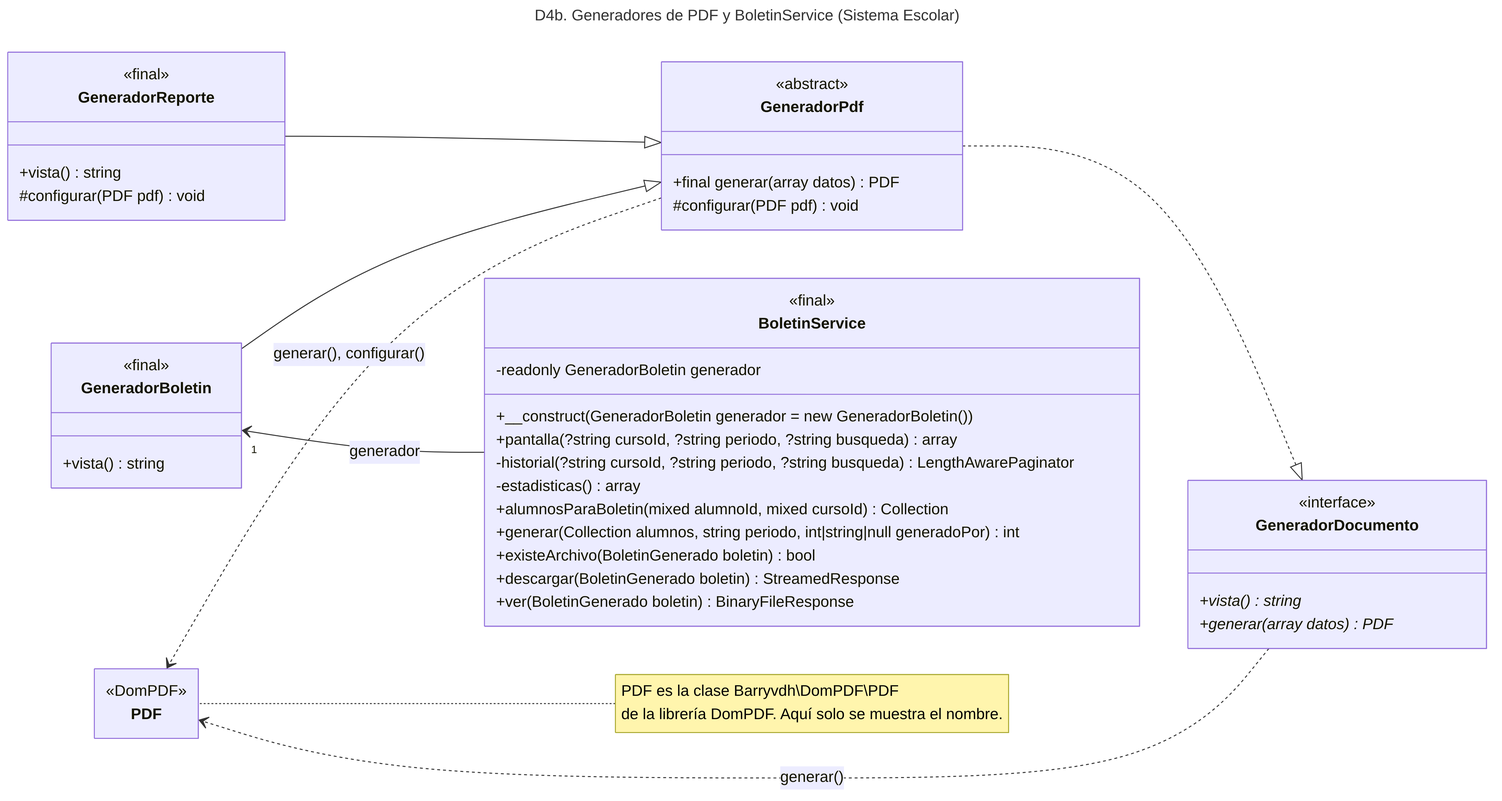
Earlier version of the Mermaid export docs/diagramas/D4b_generadores.png (gnvargas-dev/sistema-control-acceso). Its source is kept beside it as docs/diagramas/D4b_generadores.mmd. Its diagram source:
```mermaid
---
title: "D4b. Generadores de PDF y BoletinService (Sistema Escolar)"
config:
  class:
    hideEmptyMembersBox: true
---
classDiagram
direction RL

class GeneradorDocumento {
  <<interface>>
  +vista()* string
  +generar(array datos)* PDF
}

class GeneradorPdf {
  <<abstract>>
  +final generar(array datos) PDF
  #configurar(PDF pdf) void
}

class GeneradorBoletin {
  <<final>>
  +vista() string
}

class GeneradorReporte {
  <<final>>
  +vista() string
  #configurar(PDF pdf) void
}

class BoletinService {
  <<final>>
  -readonly GeneradorBoletin generador
  +__construct(GeneradorBoletin generador = new GeneradorBoletin())
  +pantalla(?string cursoId, ?string periodo, ?string busqueda) array
  -historial(?string cursoId, ?string periodo, ?string busqueda) LengthAwarePaginator
  -estadisticas() array
  +alumnosParaBoletin(mixed alumnoId, mixed cursoId) Collection
  +generar(Collection alumnos, string periodo, int|string|null generadoPor) int
  +existeArchivo(BoletinGenerado boletin) bool
  +descargar(BoletinGenerado boletin) StreamedResponse
  +ver(BoletinGenerado boletin) BinaryFileResponse
}

class PDF {
  <<DomPDF>>
}

GeneradorDocumento <|.. GeneradorPdf
GeneradorPdf <|-- GeneradorReporte
GeneradorPdf <|-- GeneradorBoletin

BoletinService --> "1" GeneradorBoletin : generador

GeneradorDocumento ..> PDF : generar()
GeneradorPdf ..> PDF : generar(), configurar()

note for PDF "PDF es la clase Barryvdh\\DomPDF\\PDF<br/>de la librería DomPDF. Aquí solo se muestra el nombre."
```
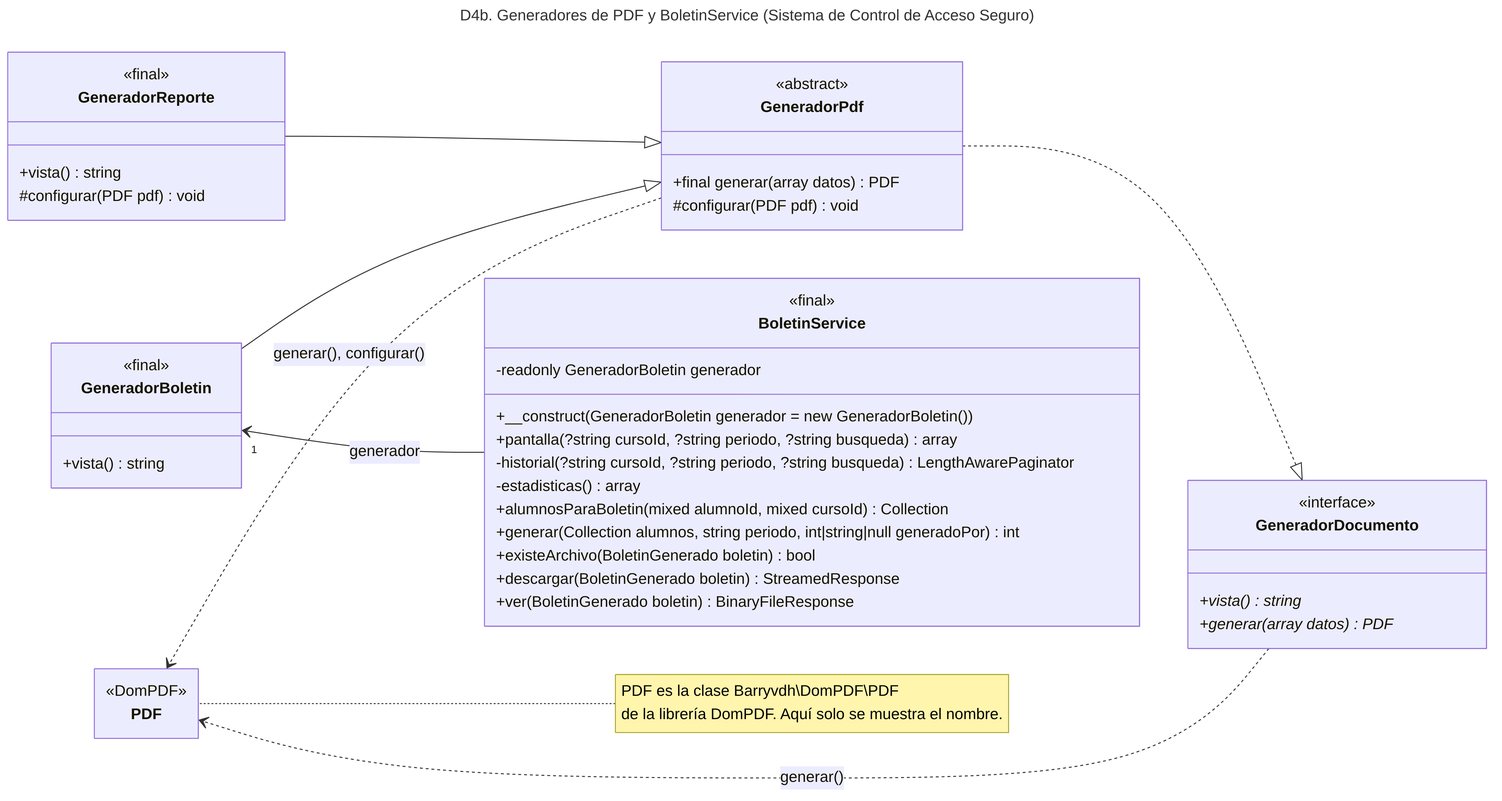
After the commit.

The edit, as a diff of the source:
```diff
@@ -1,5 +1,5 @@
 ---
-title: "D4b. Generadores de PDF y BoletinService (Sistema Escolar)"
+title: "D4b. Generadores de PDF y BoletinService (Sistema de Control de Acceso Seguro)"
 config:
   class:
     hideEmptyMembersBox: true
```
